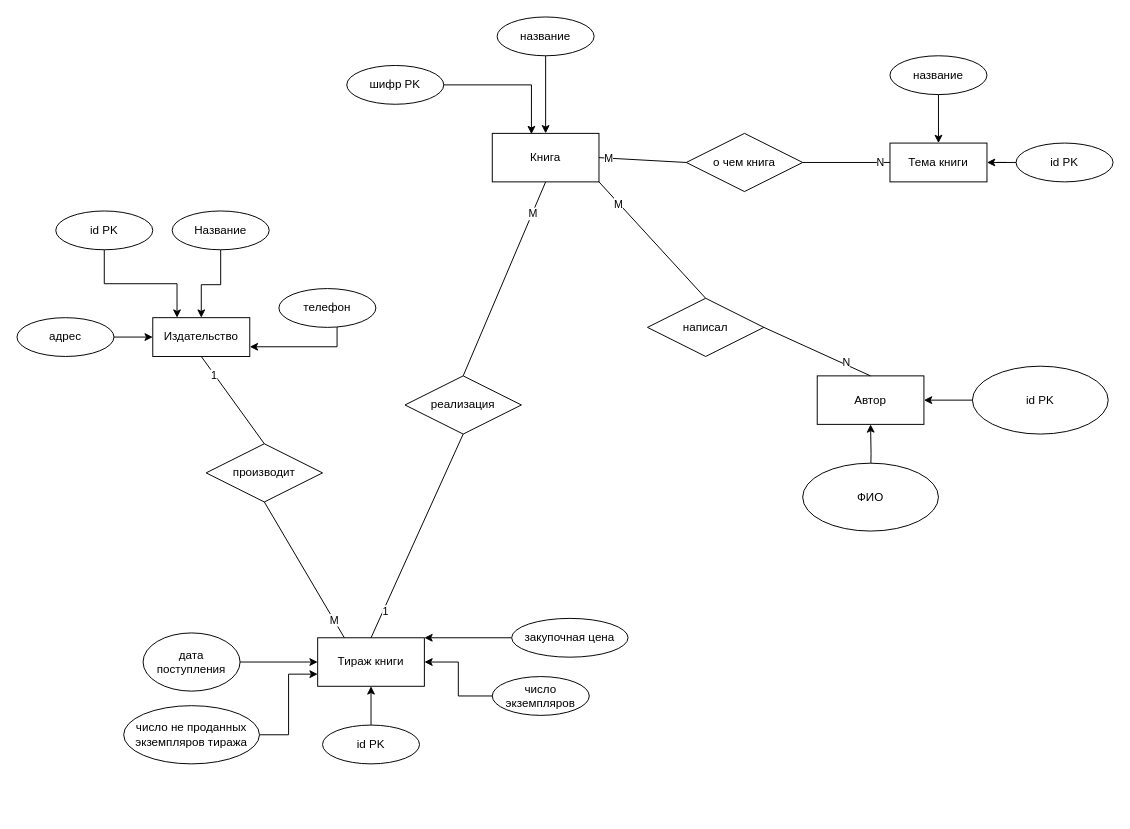
202rna/sql_labs2025 keeps this draw.io diagram as sources/er_diagram.drawio. Above is the earlier version. Source tidied: cells renumbered, new cells numbered last; positions are measured from the earlier drawing's top-left corner, leaving out a move shared by most shapes. Both pictures are drawn from the tidied source at 97%, with x=0, y=0 at pixel (16, 16).
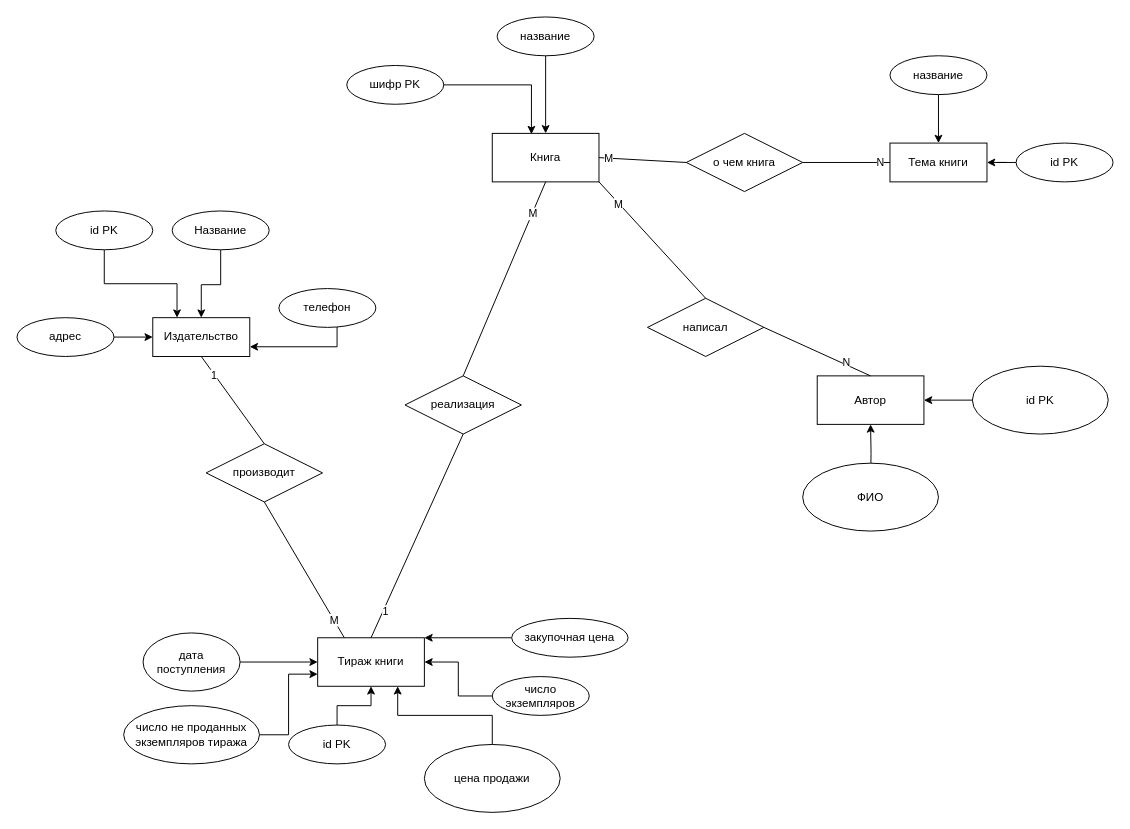
After the change.

Unchanged cells that the change refers to:
```xml
<mxCell id="7" value="Тираж книги" style="html=1;whiteSpace=wrap;" parent="1" vertex="1">
  <mxGeometry x="310" y="640" width="110" height="50" as="geometry" />
</mxCell>
```

Change to the diagram source:
```diff
@@
     <mxCell id="32" value="id PK" style="ellipse;whiteSpace=wrap;html=1;align=center;" parent="1" vertex="1">
-      <mxGeometry x="315" y="730" width="100" height="40" as="geometry" />
+      <mxGeometry x="280" y="730" width="100" height="40" as="geometry" />
     </mxCell>
@@
+    <mxCell id="57" style="edgeStyle=orthogonalEdgeStyle;rounded=0;jettySize=auto;html=1;entryX=0.75;entryY=1;entryDx=0;entryDy=0;" parent="1" edge="1" source="58" target="7">
+      <mxGeometry relative="1" as="geometry" />
+    </mxCell>
+    <mxCell id="58" value="цена продажи" style="ellipse;whiteSpace=wrap;html=1;" parent="1" vertex="1">
+      <mxGeometry x="420" y="750" width="140" height="70" as="geometry" />
+    </mxCell>
```
